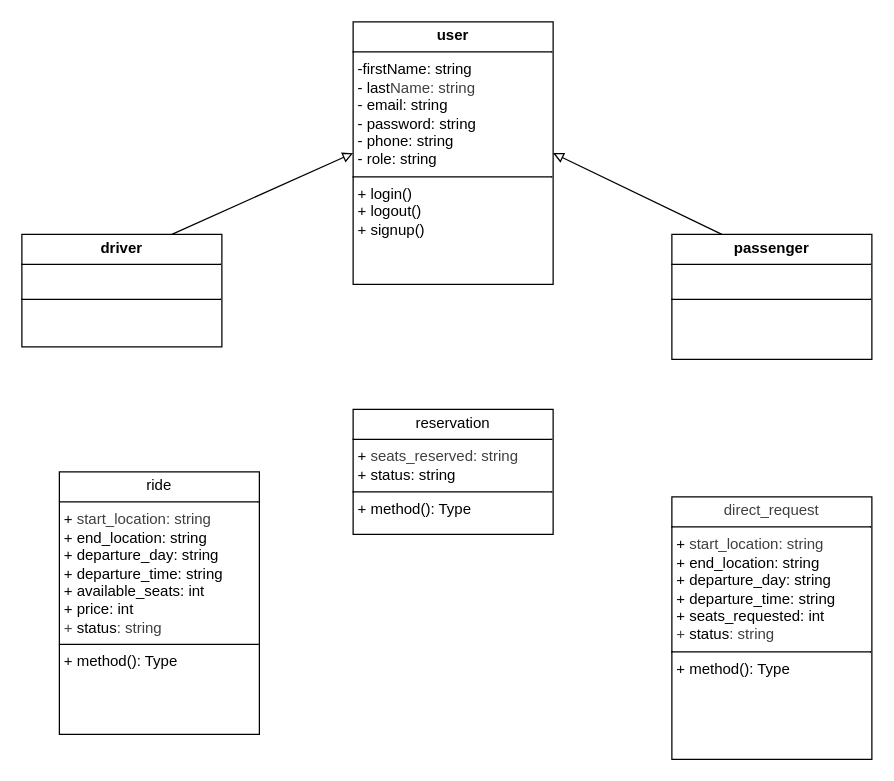
Earlier version of the draw.io diagram conception $ planification/Class-diagram.drawio (Abderrahman-Ahouari/MyTaxi). Source tidied: cells renumbered, new cells numbered last; positions are measured from the earlier drawing's top-left corner, leaving out a move shared by most shapes. Both pictures are drawn from the tidied source at 125%, with x=0, y=0 at pixel (21, 21).
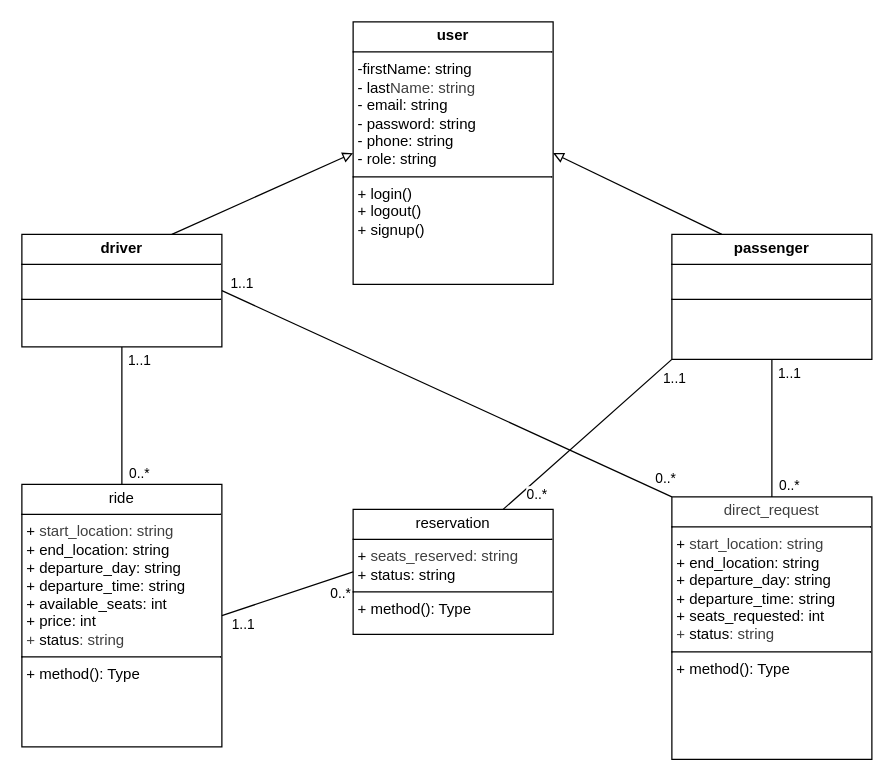
The same page after the edit.

The change refers to these unchanged cells:
```xml
<mxCell id="5" value="&lt;p style=&quot;margin:0px;margin-top:4px;text-align:center;&quot;&gt;&lt;span style=&quot;color: rgb(63, 63, 63);&quot;&gt;direct_request&lt;/span&gt;&lt;br style=&quot;color: rgb(63, 63, 63); scrollbar-color: light-dark(#e2e2e2, #4b4b4b)&lt;br/&gt;&#9;&#9;&#9;&#9;&#9;light-dark(#fbfbfb, var(--dark-panel-color));&quot;&gt;&lt;/p&gt;&lt;hr size=&quot;1&quot; style=&quot;border-style:solid;&quot;&gt;&lt;p style=&quot;margin:0px;margin-left:4px;&quot;&gt;&lt;span style=&quot;background-color: transparent;&quot;&gt;+&amp;nbsp;&lt;/span&gt;&lt;span style=&quot;background-color: transparent; color: rgb(63, 63, 63);&quot;&gt;start_location: string&lt;/span&gt;&lt;br&gt;&lt;/p&gt;&lt;p style=&quot;margin:0px;margin-left:4px;&quot;&gt;+ end_location: string&amp;nbsp;&lt;/p&gt;&lt;p style=&quot;margin:0px;margin-left:4px;&quot;&gt;+ departure_day: string&amp;nbsp;&lt;/p&gt;&lt;p style=&quot;scrollbar-color: light-dark(#e2e2e2, #4b4b4b)&lt;br/&gt;&#9;&#9;&#9;&#9;&#9;light-dark(#fbfbfb, var(--dark-panel-color)); margin: 0px 0px 0px 4px;&quot;&gt;+ departure_time: string&amp;nbsp;&lt;/p&gt;&lt;p style=&quot;margin:0px;margin-left:4px;&quot;&gt;+ seats_requested: int&lt;/p&gt;&lt;p style=&quot;margin:0px;margin-left:4px;&quot;&gt;&lt;span style=&quot;background-color: transparent; color: rgb(63, 63, 63);&quot;&gt;+&amp;nbsp;&lt;/span&gt;&lt;span style=&quot;background-color: transparent;&quot;&gt;status&lt;/span&gt;&lt;span style=&quot;background-color: transparent; color: rgb(63, 63, 63);&quot;&gt;: string&amp;nbsp;&lt;/span&gt;&lt;br&gt;&lt;/p&gt;&lt;hr size=&quot;1&quot; style=&quot;border-style:solid;&quot;&gt;&lt;p style=&quot;margin:0px;margin-left:4px;&quot;&gt;+ method(): Type&lt;/p&gt;" style="verticalAlign=top;align=left;overflow=fill;html=1;whiteSpace=wrap;" parent="1" vertex="1">
  <mxGeometry x="520" y="380" width="160" height="210" as="geometry" />
</mxCell>
<mxCell id="7" value="&lt;p style=&quot;margin:0px;margin-top:4px;text-align:center;&quot;&gt;&lt;b&gt;passenger&lt;/b&gt;&lt;br&gt;&lt;/p&gt;&lt;hr size=&quot;1&quot; style=&quot;border-style:solid;&quot;&gt;&lt;p style=&quot;margin:0px;margin-left:4px;&quot;&gt;&lt;br&gt;&lt;/p&gt;&lt;hr size=&quot;1&quot; style=&quot;border-style:solid;&quot;&gt;&lt;p style=&quot;margin:0px;margin-left:4px;&quot;&gt;&lt;br&gt;&lt;/p&gt;" style="verticalAlign=top;align=left;overflow=fill;html=1;whiteSpace=wrap;" parent="1" vertex="1">
  <mxGeometry x="520" y="170" width="160" height="100" as="geometry" />
</mxCell>
<mxCell id="9" value="&lt;p style=&quot;margin:0px;margin-top:4px;text-align:center;&quot;&gt;&lt;b&gt;driver&lt;/b&gt;&lt;/p&gt;&lt;hr size=&quot;1&quot; style=&quot;border-style:solid;&quot;&gt;&lt;p style=&quot;margin:0px;margin-left:4px;&quot;&gt;&lt;br&gt;&lt;/p&gt;&lt;hr size=&quot;1&quot; style=&quot;border-style:solid;&quot;&gt;&lt;p style=&quot;margin:0px;margin-left:4px;&quot;&gt;&lt;br&gt;&lt;/p&gt;" style="verticalAlign=top;align=left;overflow=fill;html=1;whiteSpace=wrap;" parent="1" vertex="1">
  <mxGeometry y="170" width="160" height="90" as="geometry" />
</mxCell>
```

What changed in the source:
```diff
@@
     <mxCell id="3" value="&lt;p style=&quot;margin:0px;margin-top:4px;text-align:center;&quot;&gt;ride&lt;br&gt;&lt;/p&gt;&lt;hr size=&quot;1&quot; style=&quot;border-style:solid;&quot;&gt;&lt;p style=&quot;margin:0px;margin-left:4px;&quot;&gt;&lt;span style=&quot;background-color: transparent;&quot;&gt;+&amp;nbsp;&lt;/span&gt;&lt;span style=&quot;background-color: transparent; color: rgb(63, 63, 63);&quot;&gt;start_location: string&lt;/span&gt;&lt;br&gt;&lt;/p&gt;&lt;p style=&quot;margin:0px;margin-left:4px;&quot;&gt;+ end_location: string&amp;nbsp;&lt;/p&gt;&lt;p style=&quot;margin:0px;margin-left:4px;&quot;&gt;+ departure_day: string&amp;nbsp;&lt;/p&gt;&lt;p style=&quot;scrollbar-color: light-dark(#e2e2e2, #4b4b4b)&lt;br/&gt;&#9;&#9;&#9;&#9;&#9;light-dark(#fbfbfb, var(--dark-panel-color)); margin: 0px 0px 0px 4px;&quot;&gt;+ departure_time: string&amp;nbsp;&lt;/p&gt;&lt;p style=&quot;margin:0px;margin-left:4px;&quot;&gt;+ available_seats: int&lt;/p&gt;&lt;p style=&quot;margin:0px;margin-left:4px;&quot;&gt;+ price: int&lt;/p&gt;&lt;p style=&quot;margin:0px;margin-left:4px;&quot;&gt;&lt;span style=&quot;color: rgb(63, 63, 63);&quot;&gt;+&amp;nbsp;&lt;/span&gt;status&lt;span style=&quot;color: rgb(63, 63, 63);&quot;&gt;: string&amp;nbsp;&lt;/span&gt;&lt;br&gt;&lt;/p&gt;&lt;hr size=&quot;1&quot; style=&quot;border-style:solid;&quot;&gt;&lt;p style=&quot;margin:0px;margin-left:4px;&quot;&gt;+ method(): Type&lt;/p&gt;" style="verticalAlign=top;align=left;overflow=fill;html=1;whiteSpace=wrap;" parent="1" vertex="1">
-      <mxGeometry x="30" y="360" width="160" height="210" as="geometry" />
+      <mxGeometry y="370" width="160" height="210" as="geometry" />
     </mxCell>
     <mxCell id="4" value="&lt;p style=&quot;margin:0px;margin-top:4px;text-align:center;&quot;&gt;reservation&lt;br&gt;&lt;/p&gt;&lt;hr size=&quot;1&quot; style=&quot;border-style:solid;&quot;&gt;&lt;p style=&quot;margin:0px;margin-left:4px;&quot;&gt;&lt;span style=&quot;background-color: transparent;&quot;&gt;+&amp;nbsp;&lt;/span&gt;&lt;span style=&quot;background-color: transparent; color: rgb(63, 63, 63);&quot;&gt;seats_reserved: string&lt;/span&gt;&lt;br&gt;&lt;/p&gt;&lt;p style=&quot;margin:0px;margin-left:4px;&quot;&gt;+ status: string&amp;nbsp;&lt;/p&gt;&lt;hr size=&quot;1&quot; style=&quot;border-style:solid;&quot;&gt;&lt;p style=&quot;margin:0px;margin-left:4px;&quot;&gt;+ method(): Type&lt;/p&gt;" style="verticalAlign=top;align=left;overflow=fill;html=1;whiteSpace=wrap;" parent="1" vertex="1">
-      <mxGeometry x="265" y="310" width="160" height="100" as="geometry" />
+      <mxGeometry x="265" y="390" width="160" height="100" as="geometry" />
     </mxCell>
@@
+    <mxCell id="10" style="edgeStyle=none;html=1;entryX=0.5;entryY=0;entryDx=0;entryDy=0;endArrow=none;endFill=0;" parent="1" edge="1" source="7" target="5">
+      <mxGeometry relative="1" as="geometry" />
+    </mxCell>
+    <mxCell id="11" value="1..1" style="edgeLabel;html=1;align=center;verticalAlign=middle;" parent="10" vertex="1">
+      <mxGeometry x="-0.82" relative="1" as="geometry">
+        <mxPoint x="13" as="offset" />
+      </mxGeometry>
+    </mxCell>
+    <mxCell id="12" value="0..*" style="edgeLabel;html=1;align=center;verticalAlign=middle;" parent="10" vertex="1">
+      <mxGeometry x="0.82" relative="1" as="geometry">
+        <mxPoint x="13" as="offset" />
+      </mxGeometry>
+    </mxCell>
@@
+    <mxCell id="13" style="edgeStyle=none;html=1;entryX=0.5;entryY=0;entryDx=0;entryDy=0;endArrow=none;endFill=0;exitX=0.5;exitY=1;exitDx=0;exitDy=0;" parent="1" edge="1" source="9" target="3">
+      <mxGeometry relative="1" as="geometry" />
+    </mxCell>
+    <mxCell id="14" value="1..1" style="edgeLabel;html=1;align=center;verticalAlign=middle;" parent="13" vertex="1">
+      <mxGeometry x="-0.82" relative="1" as="geometry">
+        <mxPoint x="13" as="offset" />
+      </mxGeometry>
+    </mxCell>
+    <mxCell id="15" value="0..*" style="edgeLabel;html=1;align=center;verticalAlign=middle;" parent="13" vertex="1">
+      <mxGeometry x="0.82" relative="1" as="geometry">
+        <mxPoint x="13" as="offset" />
+      </mxGeometry>
+    </mxCell>
+    <mxCell id="16" style="edgeStyle=none;html=1;entryX=0;entryY=0.5;entryDx=0;entryDy=0;endArrow=none;endFill=0;exitX=1;exitY=0.5;exitDx=0;exitDy=0;" parent="1" edge="1" source="3" target="4">
+      <mxGeometry relative="1" as="geometry" />
+    </mxCell>
+    <mxCell id="17" value="1..1" style="edgeLabel;html=1;align=center;verticalAlign=middle;" parent="16" vertex="1">
+      <mxGeometry x="-0.82" relative="1" as="geometry">
+        <mxPoint x="7" y="10" as="offset" />
+      </mxGeometry>
+    </mxCell>
+    <mxCell id="18" value="0..*" style="edgeLabel;html=1;align=center;verticalAlign=middle;" parent="16" vertex="1">
+      <mxGeometry x="0.82" relative="1" as="geometry">
+        <mxPoint x="-1" y="13" as="offset" />
+      </mxGeometry>
+    </mxCell>
+    <mxCell id="19" style="edgeStyle=none;html=1;entryX=0;entryY=0;entryDx=0;entryDy=0;endArrow=none;endFill=0;exitX=1;exitY=0.5;exitDx=0;exitDy=0;" parent="1" edge="1" source="9" target="5">
+      <mxGeometry relative="1" as="geometry" />
+    </mxCell>
+    <mxCell id="20" value="1..1" style="edgeLabel;html=1;align=center;verticalAlign=middle;" parent="19" vertex="1">
+      <mxGeometry x="-0.82" relative="1" as="geometry">
+        <mxPoint x="-17" y="-21" as="offset" />
+      </mxGeometry>
+    </mxCell>
+    <mxCell id="21" value="0..*" style="edgeLabel;html=1;align=center;verticalAlign=middle;" parent="19" vertex="1">
+      <mxGeometry x="0.82" relative="1" as="geometry">
+        <mxPoint x="27" as="offset" />
+      </mxGeometry>
+    </mxCell>
+    <mxCell id="22" style="edgeStyle=none;html=1;entryX=0.75;entryY=0;entryDx=0;entryDy=0;endArrow=none;endFill=0;exitX=0;exitY=1;exitDx=0;exitDy=0;" parent="1" edge="1" source="7" target="4">
+      <mxGeometry relative="1" as="geometry" />
+    </mxCell>
+    <mxCell id="23" value="1..1" style="edgeLabel;html=1;align=center;verticalAlign=middle;" parent="22" vertex="1">
+      <mxGeometry x="-0.82" relative="1" as="geometry">
+        <mxPoint x="13" y="4" as="offset" />
+      </mxGeometry>
+    </mxCell>
+    <mxCell id="24" value="0..*" style="edgeLabel;html=1;align=center;verticalAlign=middle;" parent="22" vertex="1">
+      <mxGeometry x="0.82" relative="1" as="geometry">
+        <mxPoint x="14" y="-1" as="offset" />
+      </mxGeometry>
+    </mxCell>
```
